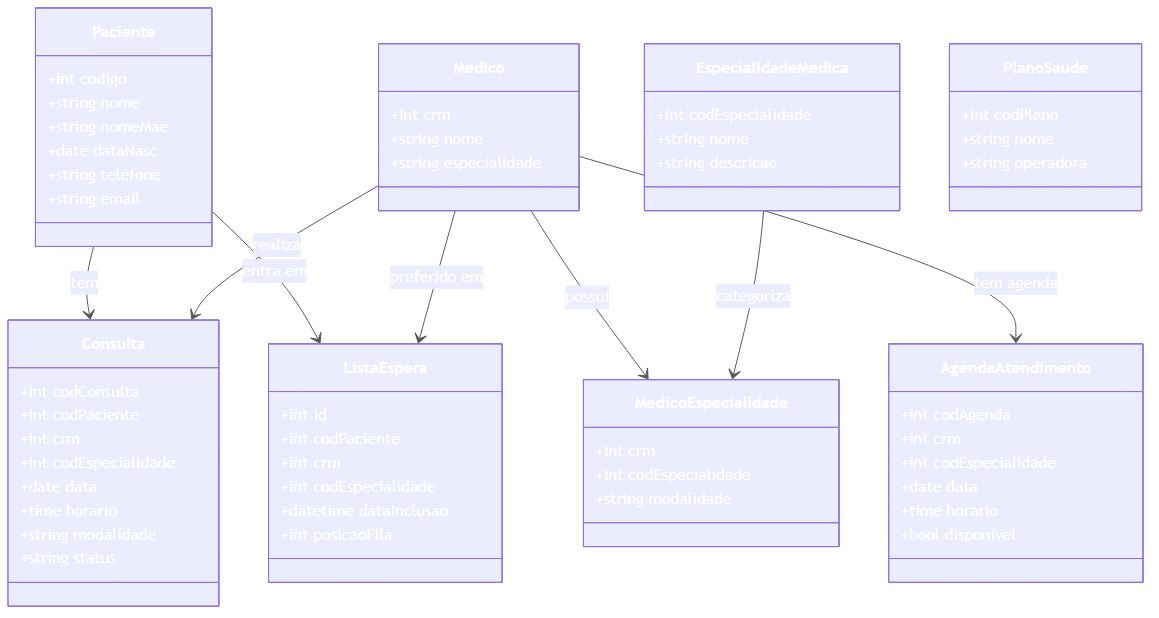
Before: diagramas/modelo-dominio.png, a diagram exported from Mermaid (Raikyr4/clinica-N2). Its source is kept beside it as diagramas/modelo-dominio.mmd.
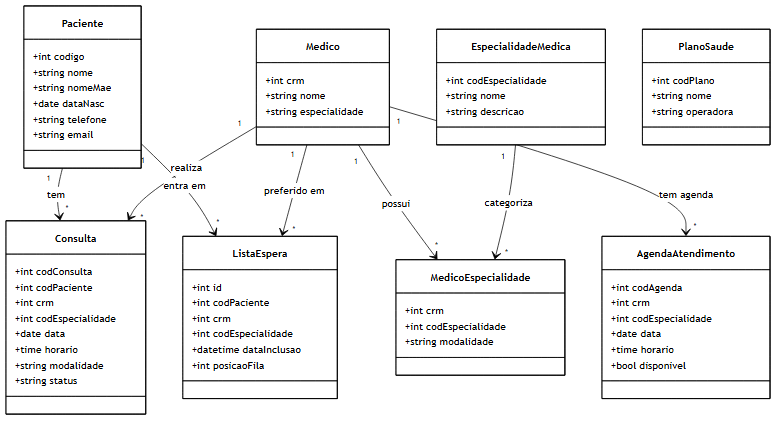
The same file after the commit.

The edit, as a diff of the source:
```diff
@@ -1,5 +1,7 @@
 %%{init: {'theme': 'base', 'themeVariables': { 'background': '#ffffff', 'primaryColor': '#ffffff', 'primaryBorderColor': '#000000', 'lineColor': '#000000', 'edgeLabelBackground': '#ffffff', 'tertiaryColor': '#ffffff', 'textColor': '#000000', 'fontSize': '14px'}}}%%
 classDiagram
+    direction TB
+
     classDef default fill:#ffffff,stroke:#000000,stroke-width:2px,color:#000000,font-size:14px;
 
     class Paciente {
```
